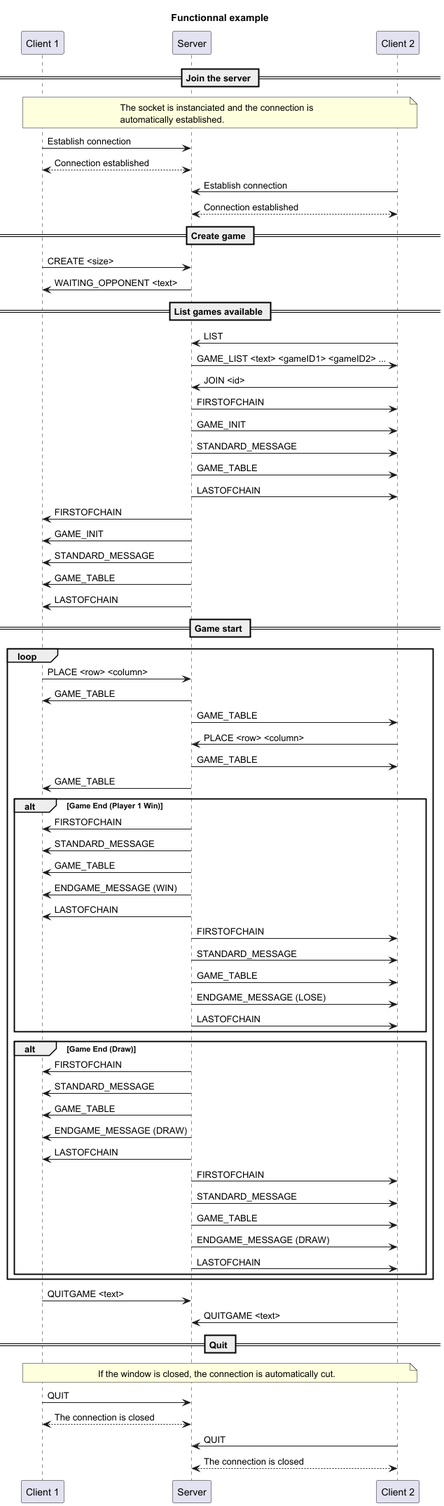
Before: doc/img/Functional_example-Functionnal_example.png, a diagram exported from PlantUML (AlexB-HEIG/DAI-Practical-work-2).
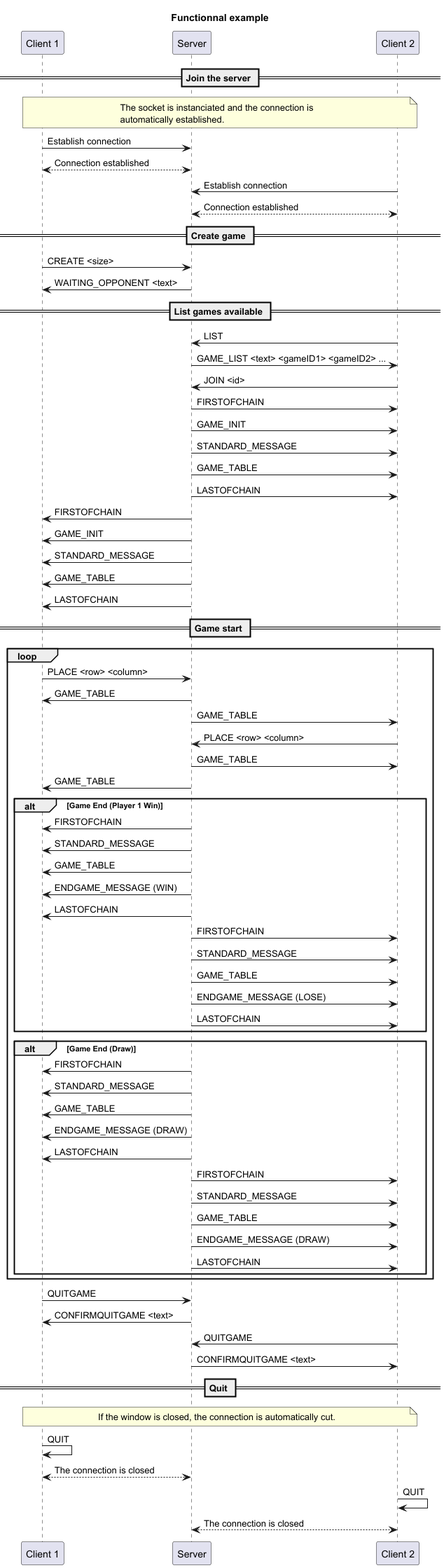
After the change.

Commit message:
change to functional exemple

What changed in the source:
```diff
@@ -87,8 +87,10 @@
 
 end
 
-    c1->s: QUITGAME <text>
-    c2->s: QUITGAME <text>
+    c1->s: QUITGAME
+    s->c1: CONFIRMQUITGAME <text>
+    c2->s: QUITGAME
+    s->c2: CONFIRMQUITGAME <text>
 
 == Quit ==
 
@@ -96,11 +98,11 @@
 If the window is closed, the connection is automatically cut.
 end note
 
-c1->s: QUIT
+c1->c1: QUIT
 c1<-->s: The connection is closed
 
 
-c2->s: QUIT
+c2->c2: QUIT
 c2<-->s: The connection is closed
 
 
```
